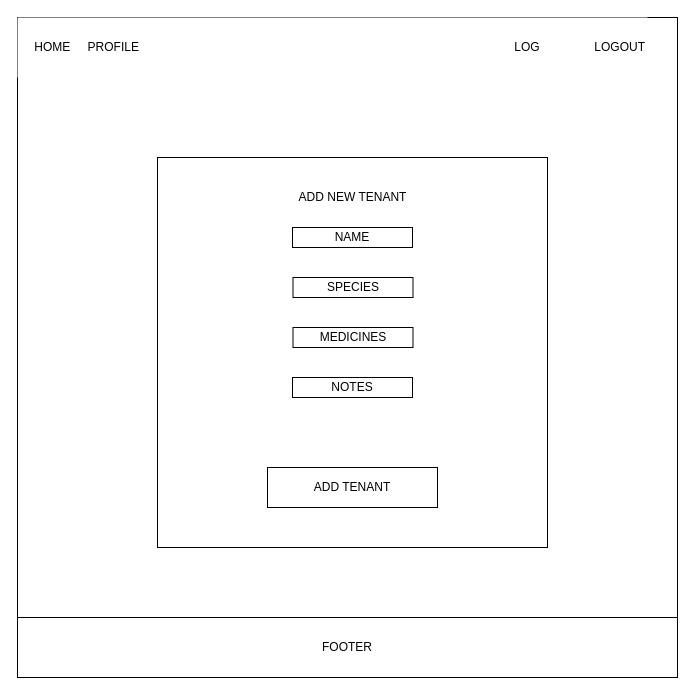
This is wireframes/add-animal.drawio from mHaines9219/ShelterHelper, a draw.io file, before an edit. Source tidied: cells renumbered, new cells numbered last; positions are measured from the earlier drawing's top-left corner, leaving out a move shared by most shapes. Both pictures are drawn from the tidied source at 100%, with x=0, y=0 at pixel (17, 17).
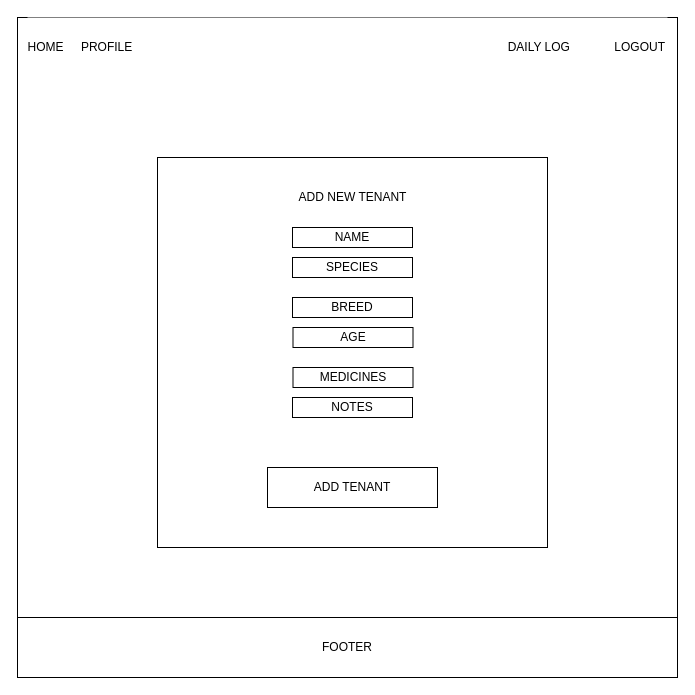
Above is the later version.

The edit, as a diff of the source:
```diff
@@
 <mxGraphModel>
   <root>
     <mxCell id="0" />
     <mxCell id="1" parent="0" />
     <mxCell id="2" style="whiteSpace=wrap;html=1;" parent="1" vertex="1">
       <mxGeometry width="660" height="660" as="geometry" />
     </mxCell>
-    <mxCell id="3" value="&lt;div style=&quot;&quot;&gt;&lt;span style=&quot;background-color: initial;&quot;&gt;HOME&lt;span style=&quot;white-space: pre;&quot;&gt;&#9;&lt;/span&gt;PROFILE&lt;span style=&quot;white-space: pre;&quot;&gt;&#9;&lt;/span&gt;&lt;span style=&quot;white-space: pre;&quot;&gt;&#9;&lt;/span&gt;&lt;span style=&quot;white-space: pre;&quot;&gt;&#9;&lt;/span&gt;&lt;span style=&quot;white-space: pre;&quot;&gt;&#9;&lt;/span&gt;&lt;span style=&quot;white-space: pre;&quot;&gt;&#9;&lt;/span&gt;&lt;span style=&quot;white-space: pre;&quot;&gt;&#9;&lt;/span&gt;&lt;span style=&quot;white-space: pre;&quot;&gt;&#9;&lt;/span&gt;&lt;span style=&quot;white-space: pre;&quot;&gt;&#9;&lt;/span&gt;&lt;span style=&quot;white-space: pre;&quot;&gt;&#9;&lt;/span&gt;&lt;span style=&quot;white-space: pre;&quot;&gt;&#9;&lt;/span&gt;&lt;span style=&quot;white-space: pre;&quot;&gt;&#9;&lt;/span&gt;&lt;span style=&quot;white-space: pre;&quot;&gt;&#9;&lt;span style=&quot;white-space: pre;&quot;&gt;&#9;&lt;/span&gt;&lt;span style=&quot;white-space: pre;&quot;&gt;&#9;&lt;/span&gt;&lt;span style=&quot;white-space: pre;&quot;&gt;&#9;&lt;/span&gt;L&lt;/span&gt;OG&lt;span style=&quot;white-space: pre;&quot;&gt;&#9;&lt;/span&gt;&lt;span style=&quot;white-space: pre;&quot;&gt;&#9;&lt;/span&gt;&lt;/span&gt;&lt;span style=&quot;background-color: initial;&quot;&gt;LOGOUT&lt;/span&gt;&lt;/div&gt;" style="rounded=0;whiteSpace=wrap;html=1;align=right;strokeColor=none;" parent="1" vertex="1">
-      <mxGeometry width="630" height="60" as="geometry" />
+    <mxCell id="3" value="&lt;div style=&quot;&quot;&gt;&lt;span style=&quot;background-color: initial;&quot;&gt;HOME&lt;span style=&quot;white-space: pre;&quot;&gt;&#9;&lt;/span&gt;PROFILE&lt;span style=&quot;white-space: pre;&quot;&gt;&#9;&lt;/span&gt;&lt;span style=&quot;white-space: pre;&quot;&gt;&#9;&lt;/span&gt;&lt;span style=&quot;white-space: pre;&quot;&gt;&#9;&lt;/span&gt;&lt;span style=&quot;white-space: pre;&quot;&gt;&#9;&lt;/span&gt;&lt;span style=&quot;white-space: pre;&quot;&gt;&#9;&lt;/span&gt;&lt;span style=&quot;white-space: pre;&quot;&gt;&#9;&lt;/span&gt;&lt;span style=&quot;white-space: pre;&quot;&gt;&#9;&lt;/span&gt;&lt;span style=&quot;white-space: pre;&quot;&gt;&#9;&lt;/span&gt;&lt;span style=&quot;white-space: pre;&quot;&gt;&#9;&lt;/span&gt;&lt;span style=&quot;white-space: pre;&quot;&gt;&#9;&lt;/span&gt;&lt;span style=&quot;white-space: pre;&quot;&gt;&#9;&lt;/span&gt;&lt;span style=&quot;white-space: pre;&quot;&gt;&#9;&lt;span style=&quot;white-space: pre;&quot;&gt;&#9;&lt;/span&gt;&lt;span style=&quot;white-space: pre;&quot;&gt;&#9;&lt;/span&gt;&lt;span style=&quot;white-space: pre;&quot;&gt;&#9;&lt;/span&gt;D&lt;/span&gt;AILY LOG&lt;span style=&quot;white-space: pre;&quot;&gt;&#9;&lt;/span&gt;&lt;span style=&quot;white-space: pre;&quot;&gt;&#9;&lt;/span&gt;&lt;/span&gt;&lt;span style=&quot;background-color: initial;&quot;&gt;LOGOUT&lt;/span&gt;&lt;/div&gt;" style="rounded=0;whiteSpace=wrap;html=1;align=right;strokeColor=none;" parent="1" vertex="1">
+      <mxGeometry x="10" width="640" height="60" as="geometry" />
     </mxCell>
     <mxCell id="4" value="FOOTER" style="rounded=0;whiteSpace=wrap;html=1;" parent="1" vertex="1">
       <mxGeometry y="600" width="660" height="60" as="geometry" />
     </mxCell>
     <mxCell id="5" style="whiteSpace=wrap;html=1;" parent="1" vertex="1">
       <mxGeometry x="140" y="140" width="390" height="390" as="geometry" />
     </mxCell>
     <mxCell id="6" value="ADD NEW TENANT" style="rounded=1;whiteSpace=wrap;html=1;fillColor=none;strokeColor=none;" parent="1" vertex="1">
       <mxGeometry x="183" y="150" width="305" height="60" as="geometry" />
     </mxCell>
     <mxCell id="7" value="ADD TENANT" style="rounded=0;whiteSpace=wrap;html=1;fillColor=none;" parent="1" vertex="1">
       <mxGeometry x="250" y="450" width="170" height="40" as="geometry" />
     </mxCell>
     <mxCell id="8" value="NAME" style="rounded=0;whiteSpace=wrap;html=1;" parent="1" vertex="1">
       <mxGeometry x="275" y="210" width="120" height="20" as="geometry" />
     </mxCell>
     <mxCell id="9" value="SPECIES" style="rounded=0;whiteSpace=wrap;html=1;" parent="1" vertex="1">
-      <mxGeometry x="275.5" y="260" width="120" height="20" as="geometry" />
+      <mxGeometry x="275" y="240" width="120" height="20" as="geometry" />
     </mxCell>
     <mxCell id="10" value="MEDICINES" style="rounded=0;whiteSpace=wrap;html=1;" parent="1" vertex="1">
-      <mxGeometry x="275.5" y="310" width="120" height="20" as="geometry" />
+      <mxGeometry x="275.5" y="350" width="120" height="20" as="geometry" />
     </mxCell>
     <mxCell id="11" value="NOTES" style="rounded=0;whiteSpace=wrap;html=1;" parent="1" vertex="1">
-      <mxGeometry x="275" y="360" width="120" height="20" as="geometry" />
+      <mxGeometry x="275" y="380" width="120" height="20" as="geometry" />
     </mxCell>
+    <mxCell id="12" value="BREED" style="rounded=0;whiteSpace=wrap;html=1;" parent="1" vertex="1">
+      <mxGeometry x="275" y="280" width="120" height="20" as="geometry" />
+    </mxCell>
+    <mxCell id="13" value="AGE" style="rounded=0;whiteSpace=wrap;html=1;" parent="1" vertex="1">
+      <mxGeometry x="275.5" y="310" width="120" height="20" as="geometry" />
+    </mxCell>
   </root>
 </mxGraphModel>
```
